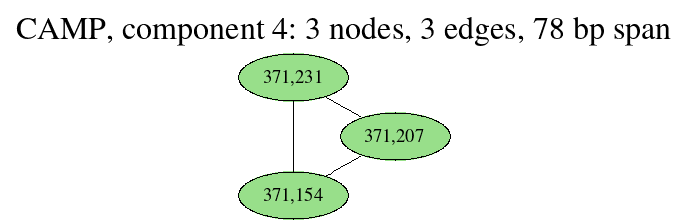
fedarko/sheepgut keeps this Graphviz diagram as notebooks/graphs/CAMP_cc4.png. Above is the earlier version. Its source is kept beside it as notebooks/graphs/CAMP_cc4.gv.
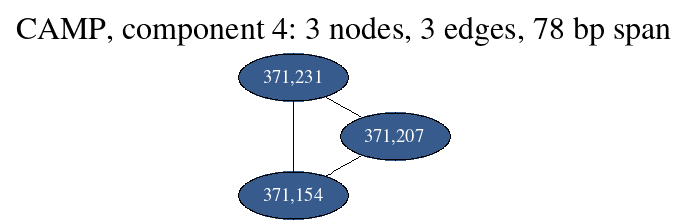
The same file after the commit.

Diff of the diagram source:
```diff
@@ -4,9 +4,9 @@
 	label="CAMP, component 4: 3 nodes, 3 edges, 78 bp span";
 	labelloc="t";
 	fontsize=24;
-	"371,154" [style="filled", fillcolor="#98df8a", fontcolor="#000000"];
-	"371,231" [style="filled", fillcolor="#98df8a", fontcolor="#000000"];
-	"371,207" [style="filled", fillcolor="#98df8a", fontcolor="#000000"];
+	"371,154" [style="filled", fillcolor="#375b8d", fontcolor="#ffffff"];
+	"371,231" [style="filled", fillcolor="#375b8d", fontcolor="#ffffff"];
+	"371,207" [style="filled", fillcolor="#375b8d", fontcolor="#ffffff"];
 	"371,154" -- "371,207";
 	"371,154" -- "371,231";
 	"371,231" -- "371,207";
```
